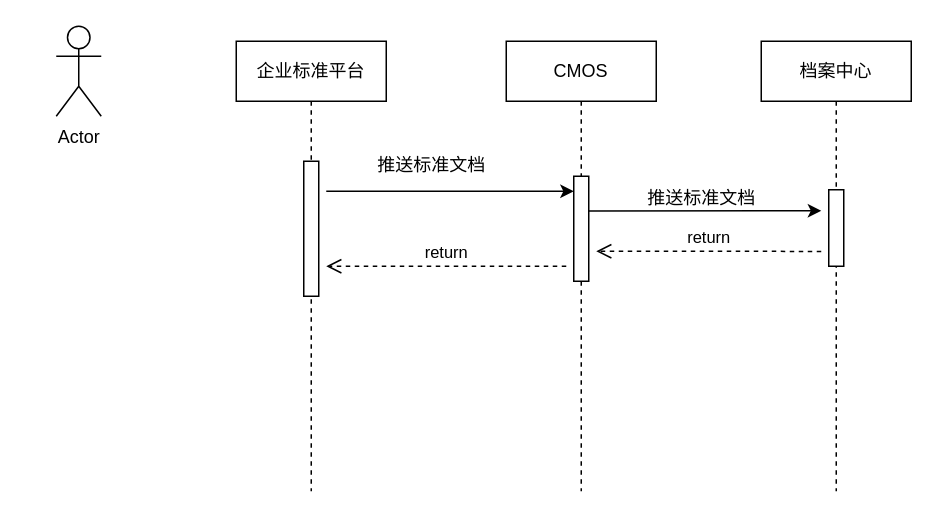
This is 设计相关/标准化项目外部接口.drawio from DemonHan/KuickBuy, a draw.io file, before an edit. Source tidied: cells renumbered, new cells numbered last; positions are measured from the earlier drawing's top-left corner, leaving out a move shared by most shapes. Both pictures are drawn from the tidied source at 150%, with x=0, y=0 at pixel (56, 26).
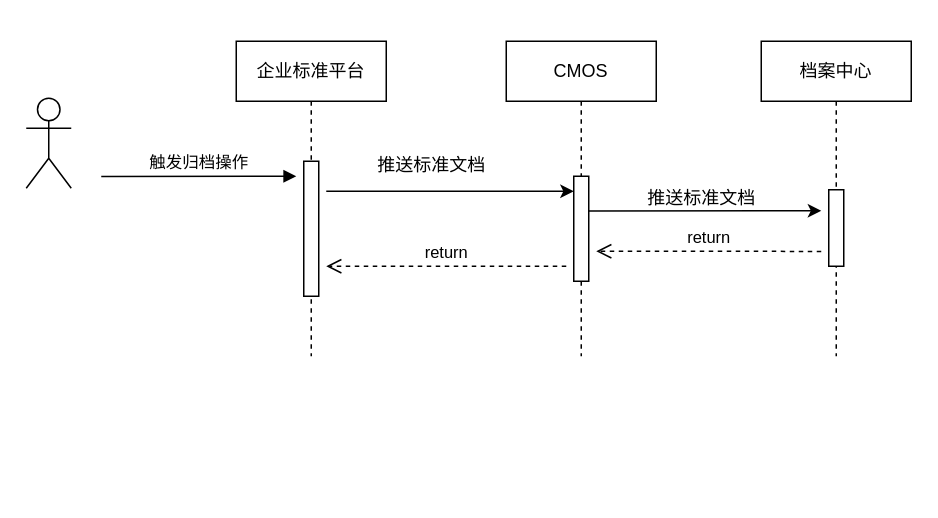
Above is the later version.

Commit message (it also covers changes not shown here):
更新标准化项目外部接口.drawio

What changed in the source:
```diff
@@
     <mxCell id="2" value="企业标准平台" style="shape=umlLifeline;perimeter=lifelinePerimeter;whiteSpace=wrap;html=1;newEdgeStyle={&quot;edgeStyle&quot;:&quot;elbowEdgeStyle&quot;,&quot;elbow&quot;:&quot;vertical&quot;,&quot;curved&quot;:0,&quot;rounded&quot;:0};" parent="1" vertex="1">
-      <mxGeometry x="120" y="10" width="100" height="300" as="geometry" />
+      <mxGeometry x="120" y="10" width="100" height="210" as="geometry" />
     </mxCell>
@@
-    <mxCell id="4" value="Actor" style="shape=umlActor;verticalLabelPosition=bottom;verticalAlign=top;html=1;" parent="1" vertex="1">
-      <mxGeometry width="30" height="60" as="geometry" />
+    <mxCell id="4" style="shape=umlActor;verticalLabelPosition=bottom;verticalAlign=top;html=1;" parent="1" vertex="1">
+      <mxGeometry x="-20" y="48" width="30" height="60" as="geometry" />
     </mxCell>
     <mxCell id="5" value="CMOS" style="shape=umlLifeline;perimeter=lifelinePerimeter;whiteSpace=wrap;html=1;newEdgeStyle={&quot;edgeStyle&quot;:&quot;elbowEdgeStyle&quot;,&quot;elbow&quot;:&quot;vertical&quot;,&quot;curved&quot;:0,&quot;rounded&quot;:0};" parent="1" vertex="1">
-      <mxGeometry x="300" y="10" width="100" height="300" as="geometry" />
+      <mxGeometry x="300" y="10" width="100" height="210" as="geometry" />
     </mxCell>
@@
     <mxCell id="7" value="档案中心" style="shape=umlLifeline;perimeter=lifelinePerimeter;whiteSpace=wrap;html=1;newEdgeStyle={&quot;edgeStyle&quot;:&quot;elbowEdgeStyle&quot;,&quot;elbow&quot;:&quot;vertical&quot;,&quot;curved&quot;:0,&quot;rounded&quot;:0};" parent="1" vertex="1">
-      <mxGeometry x="470" y="10" width="100" height="300" as="geometry" />
+      <mxGeometry x="470" y="10" width="100" height="210" as="geometry" />
     </mxCell>
@@
+    <mxCell id="15" value="触发归档操作" style="html=1;verticalAlign=bottom;endArrow=block;edgeStyle=elbowEdgeStyle;elbow=vertical;curved=0;rounded=0;" parent="1" edge="1">
+      <mxGeometry relative="1" as="geometry">
+        <mxPoint x="30" y="100.1" as="sourcePoint" />
+        <mxPoint x="160" y="100" as="targetPoint" />
+      </mxGeometry>
+    </mxCell>
```
